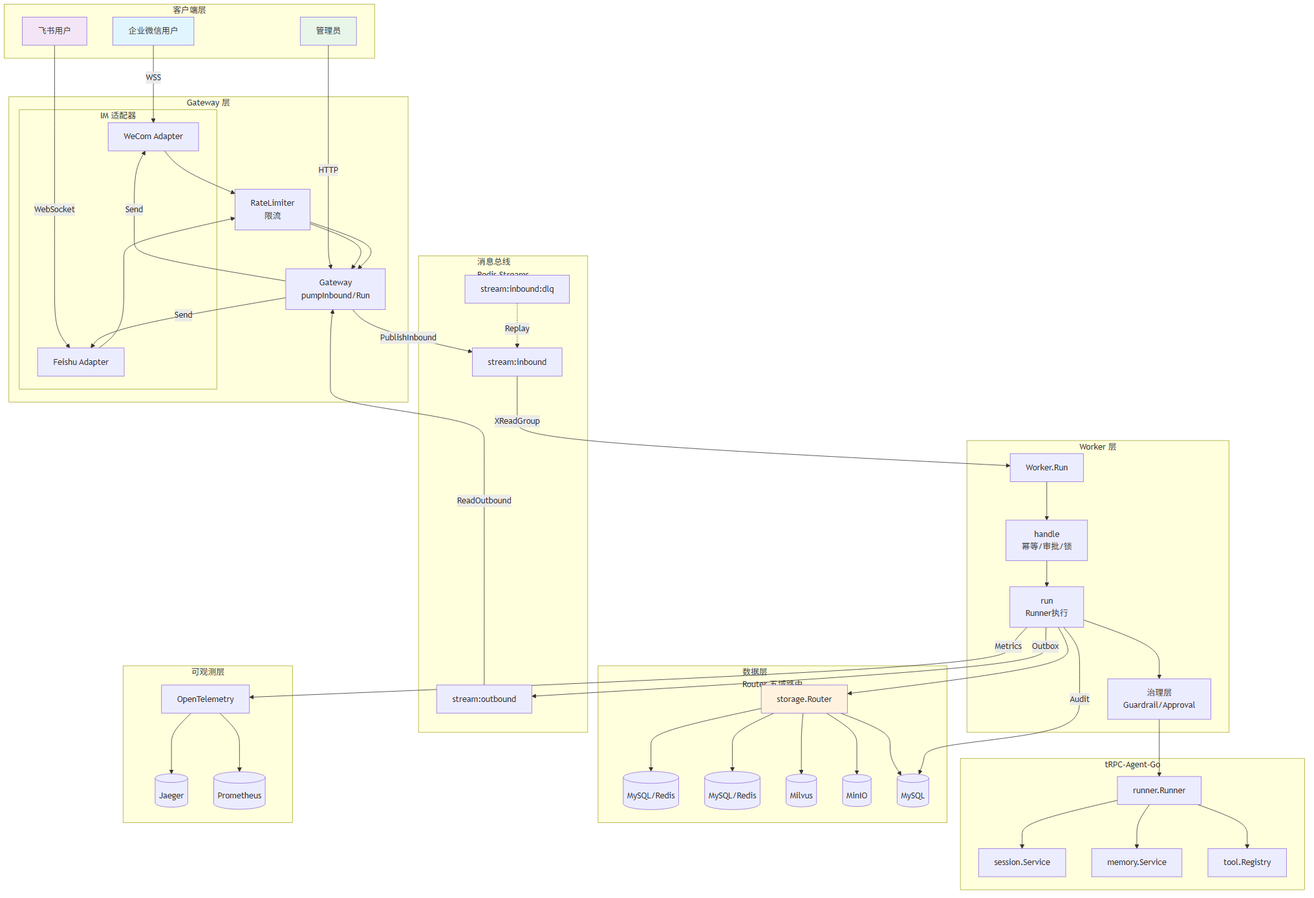
This is docs/系统架构图.png from liuzengh/trpc-agent-service, a Mermaid export, as it was before one commit. Its source is kept beside it as docs/系统架构图.mmd.
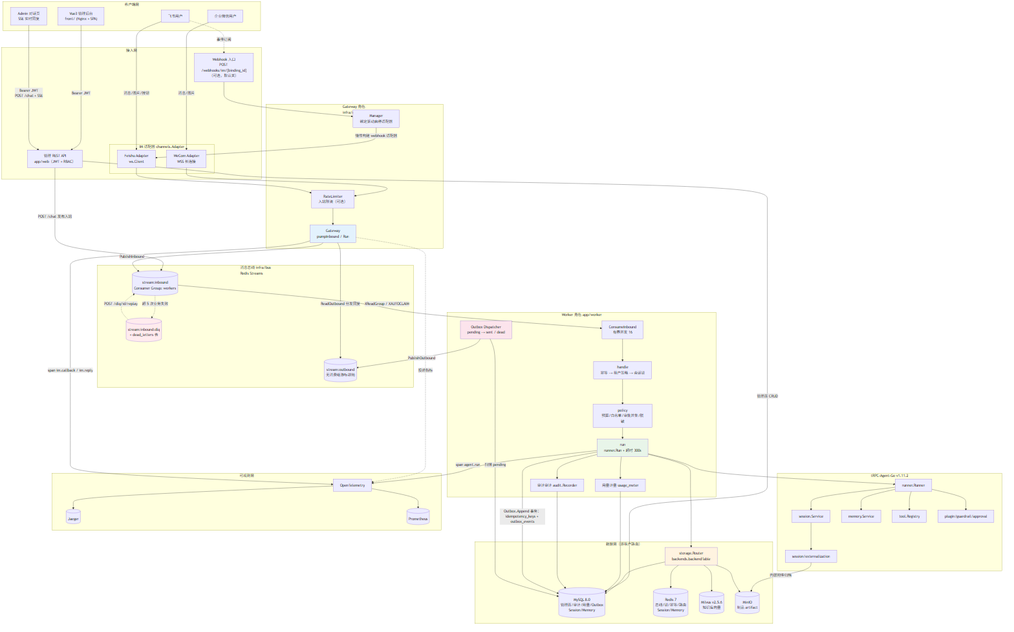
After the change.

Diff of the diagram source:
```diff
@@ -1,81 +1,114 @@
 flowchart TB
-    subgraph 客户端["客户端层"]
-        WECOM["企业微信用户"]
-        FEISHU["飞书用户"]
-        ADMIN["管理员"]
+    subgraph CLIENT["客户端层"]
+        direction LR
+        WXUSER["企业微信用户"]
+        FSWUSER["飞书用户"]
+        CONSOLE["Vue3 管理后台<br/>front/ (Nginx + SPA)"]
+        CHATUI["Admin 对话页<br/>SSE 实时回复"]
     end
 
-    subgraph Gateway["Gateway 层"]
-        subgraph IM["IM 适配器"]
-            WC[WeCom Adapter]
-            FC[Feishu Adapter]
+    subgraph INGRESS["接入层"]
+        direction LR
+        subgraph IMADP["IM 适配器 channels.Adapter"]
+            WCADP["WeCom Adapter<br/>WSS 长连接"]
+            FSADP["Feishu Adapter<br/>ws.Client"]
         end
-        GW[Gateway<br/>pumpInbound/Run]
-        RL[RateLimiter<br/>限流]
+        WHAPI["Webhook 入口<br/>POST /webhooks/im/{binding_id}<br/>（可选，默认关）"]
+        RESTAPI["管理 REST API<br/>app/web（JWT + RBAC）"]
     end
 
-    subgraph Bus["消息总线<br/>Redis Streams"]
-        IN[stream:inbound]
-        OUT[stream:outbound]
-        DLQ[stream:inbound:dlq]
+    subgraph GWLAYER["Gateway 角色<br/>infra/channels"]
+        MGR["Manager<br/>绑定驱动启停适配器"]
+        GW["Gateway<br/>pumpInbound / Run"]
+        RL["RateLimiter<br/>入站限流（可选）"]
     end
 
-    subgraph Worker["Worker 层"]
-        WRK[Worker.Run]
-        HANDLE[handle<br/>幂等/审批/锁]
-        RUN[run<br/>Runner执行]
-        GOV[治理层<br/>Guardrail/Approval]
+    subgraph BUS["消息总线 infra/bus<br/>Redis Streams"]
+        IN[("stream:inbound<br/>Consumer Group: workers")]
+        OUT[("stream:outbound<br/>无消费组游标跟随")]
+        DLQ[("stream:inbound:dlq<br/>+ dead_letters 表")]
     end
 
-    subgraph Framework["tRPC-Agent-Go"]
-        RUNNER[runner.Runner]
-        SESS[session.Service]
-        MEM[memory.Service]
-        TOOL[tool.Registry]
+    subgraph WORKER["Worker 角色 app/worker"]
+        CONSUME["ConsumeInbound<br/>有界并发 16"]
+        HANDLE["handle<br/>幂等 → 租户策略 → 会话锁"]
+        POLICY["policy<br/>预算/白名单/审批并集/脱敏"]
+        RUN["run<br/>runner.Run + 超时 300s"]
+        USAGE["用量计量 usage_meter"]
+        AUDIT["审计审计 audit.Recorder"]
+        DISPATCH["Outbox Dispatcher<br/>pending → sent / dead"]
     end
 
-    subgraph Data["数据层<br/>Router 五域路由"]
-        ROUTER[storage.Router]
-        SESS_DB[(MySQL/Redis)]
-        MEM_DB[(MySQL/Redis)]
-        VEC_DB[(Milvus)]
-        ART_DB[(MinIO)]
-        AUD_DB[(MySQL)]
+    subgraph FRAMEWORK["tRPC-Agent-Go v1.11.2"]
+        RUNNER["runner.Runner"]
+        FWSESS["session.Service"]
+        FWMEM["memory.Service"]
+        FWTOOL["tool.Registry"]
+        FWAPPROVE["plugin/guardrail/approval"]
+        FWEXT["session/externalization"]
     end
 
-    subgraph Telemetry["可观测层"]
-        OTEL[OpenTelemetry]
-        JAEGER[(Jaeger)]
-        PROM[(Prometheus)]
+    subgraph DATA["数据层（逐租户路由）"]
+        ROUTER["storage.Router<br/>backends.backendTable"]
+        MYSQL[("MySQL 8.0<br/>管理面/审计/用量/Outbox<br/>Session/Memory")]
+        REDIS[("Redis 7<br/>总线/锁/幂等/路由<br/>Session/Memory")]
+        MILVUS[("Milvus v2.5.6<br/>知识库向量")]
+        MINIO[("MinIO<br/>制品 artifact")]
     end
 
-    WECOM -->|WSS| WC
-    FEISHU -->|WebSocket| FC
-    ADMIN -->|HTTP| GW
+    subgraph OBS["可观测层"]
+        OTEL["OpenTelemetry"]
+        JAEGER[("Jaeger")]
+        PROM[("Prometheus")]
+    end
 
-    WC --> RL --> GW
-    FC --> RL --> GW
+    WXUSER -->|消息/图片| WCADP
+    FSWUSER -->|消息/图片/按钮| FSADP
+    FSWUSER -.->|事件订阅| WHAPI
+    CONSOLE -->|Bearer JWT| RESTAPI
+    CHATUI -->|Bearer JWT<br/>POST /chat + SSE| RESTAPI
 
+    RESTAPI -->|POST /chat 发布入站| IN
+    RESTAPI -->|管理面 CRUD| MYSQL
+    WHAPI --> MGR
+    MGR -->|惰性构建 webhook 适配器| FSADP
+    WCADP --> RL
+    FSADP --> RL
+    RL --> GW
     GW -->|PublishInbound| IN
-    IN -->|XReadGroup| WRK
-    WRK --> HANDLE --> RUN
-    RUN --> GOV --> RUNNER
+    GW -->|ReadOutbound 分发回复| OUT
+    GW -.->|投递指标| OTEL
 
-    RUNNER --> SESS & MEM & TOOL
+    IN -->|XReadGroup / XAUTOCLAIM| CONSUME
+    CONSUME --> HANDLE
+    HANDLE --> POLICY --> RUN
+    RUN --> RUNNER
+    RUNNER --> FWSESS
+    RUNNER --> FWMEM
+    RUNNER --> FWTOOL
+    RUNNER --> FWAPPROVE
+    FWSESS --> FWEXT
+    FWEXT -->|内联附件归档| MINIO
     RUN --> ROUTER
-    ROUTER --> SESS_DB & MEM_DB & VEC_DB & ART_DB & AUD_DB
+    ROUTER --> MYSQL
+    ROUTER --> REDIS
+    ROUTER --> MILVUS
+    ROUTER --> MINIO
+    RUN --> USAGE --> MYSQL
+    RUN --> AUDIT --> MYSQL
+    RUN -->|Outbox.Append 事务：<br/>idempotency_keys + outbox_events| MYSQL
+    DISPATCH -->|扫描 pending| MYSQL
+    DISPATCH -->|PublishOutbound| OUT
+    IN -.->|超 5 次业务失败| DLQ
+    DLQ -.->|"POST /dlq/id/replay"| IN
 
-    RUN -->|Audit| AUD_DB
-    RUN -->|Metrics| OTEL
-    OTEL --> JAEGER & PROM
+    RUN -->|span agent.run| OTEL
+    GW -->|span im.callback / im.reply| OTEL
+    OTEL --> JAEGER
+    OTEL --> PROM
 
-    RUN -->|Outbox| OUT
-    OUT -->|ReadOutbound| GW
-    GW -->|Send| WC & FC
-
-    DLQ -.->|Replay| IN
-
-    style WECOM fill:#e1f5fe
-    style FEISHU fill:#f3e5f5
-    style ADMIN fill:#e8f5e9
+    style GW fill:#e3f2fd
+    style RUN fill:#e8f5e9
     style ROUTER fill:#fff3e0
+    style DISPATCH fill:#fce4ec
+    style DLQ fill:#ffebee
```
